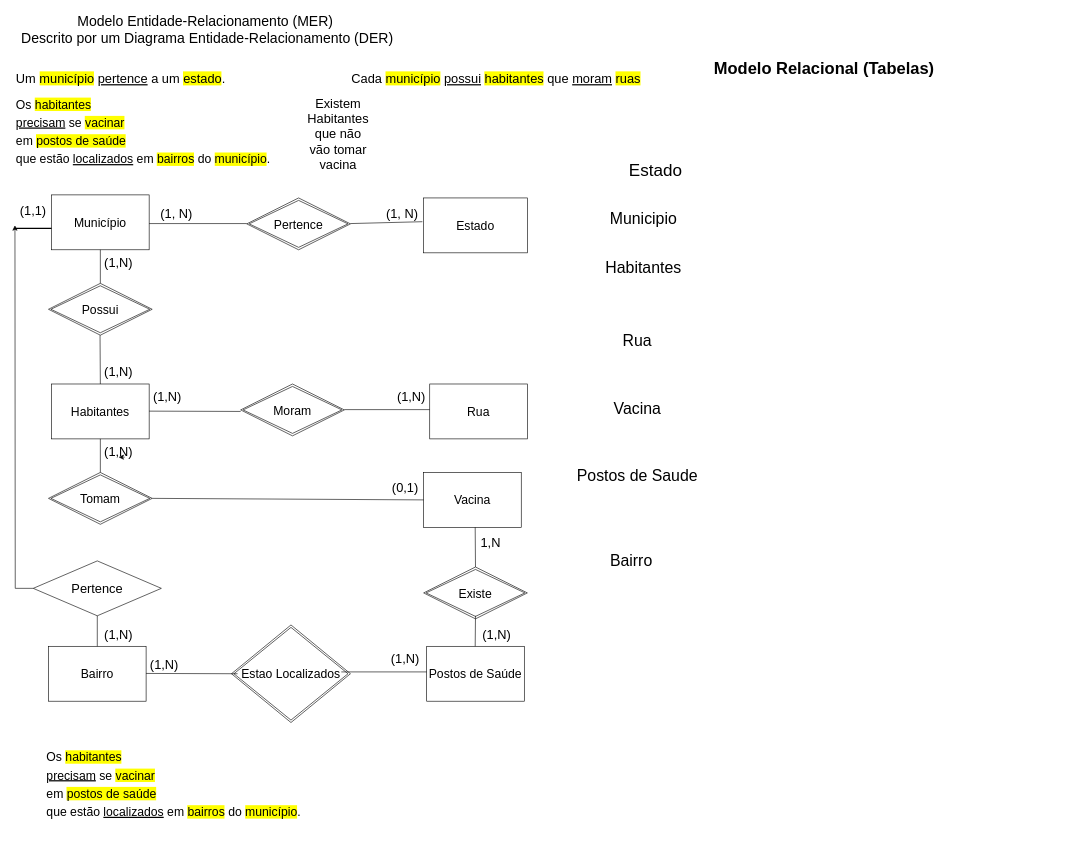
Above: page "DER-EstudoDirigido" (1 of 2) of AULA-03-Nov-2020.drawio in vladimiralencar/Alunos-UEPB-BancoDeDados (draw.io), before the change. Source tidied: cells renumbered, new cells numbered last; positions are measured from the earlier drawing's top-left corner, leaving out a move shared by most shapes. Both pictures are drawn from the tidied source at 61%, with x=0, y=0 at pixel (15, 18).
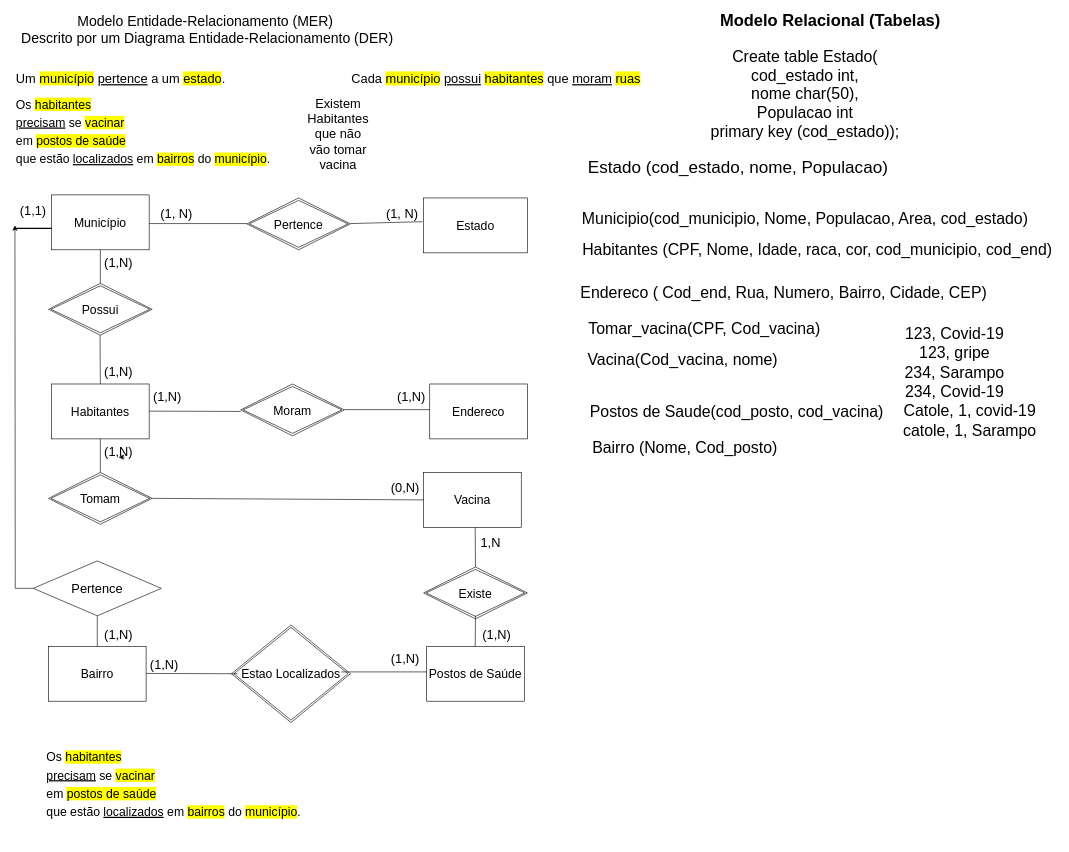
The same diagram, later.

What changed in the source:
```diff
@@
-    <mxCell id="11" value="Rua" style="whiteSpace=wrap;html=1;align=center;fontSize=20;" parent="1" vertex="1">
+    <mxCell id="11" value="Endereco" style="whiteSpace=wrap;html=1;align=center;fontSize=20;" parent="1" vertex="1">
       <mxGeometry x="680" y="600" width="160" height="90" as="geometry" />
     </mxCell>
@@
-    <mxCell id="43" value="(0,1)" style="text;html=1;strokeColor=none;fillColor=none;align=center;verticalAlign=middle;whiteSpace=wrap;rounded=0;fontSize=21;" parent="1" vertex="1">
+    <mxCell id="43" value="(0,N)" style="text;html=1;strokeColor=none;fillColor=none;align=center;verticalAlign=middle;whiteSpace=wrap;rounded=0;fontSize=21;" parent="1" vertex="1">
       <mxGeometry x="620" y="760" width="40" height="20" as="geometry" />
     </mxCell>
@@
     <mxCell id="52" value="&lt;font style=&quot;font-size: 27px&quot;&gt;&lt;b&gt;Modelo Relacional (Tabelas)&amp;nbsp;&lt;br&gt;&lt;/b&gt;&lt;br&gt;&lt;/font&gt;" style="text;html=1;align=center;verticalAlign=middle;" parent="1" vertex="1">
-      <mxGeometry x="1140" y="80" width="380" height="40" as="geometry" />
+      <mxGeometry x="1150" width="380" height="40" as="geometry" />
     </mxCell>
-    <mxCell id="53" value="&lt;font style=&quot;font-size: 28px&quot;&gt;Estado&lt;/font&gt;" style="text;html=1;align=center;verticalAlign=middle;" parent="1" vertex="1">
-      <mxGeometry x="1000" y="235" width="100" height="30" as="geometry" />
+    <mxCell id="53" value="&lt;font style=&quot;font-size: 28px&quot;&gt;Estado (cod_estado, nome, Populacao)&lt;/font&gt;" style="text;html=1;align=center;verticalAlign=middle;" parent="1" vertex="1">
+      <mxGeometry x="930" y="230" width="510" height="30" as="geometry" />
     </mxCell>
-    <mxCell id="54" value="Municipio" style="text;html=1;align=center;verticalAlign=middle;fontSize=26;" parent="1" vertex="1">
-      <mxGeometry x="965" y="310" width="130" height="40" as="geometry" />
+    <mxCell id="54" value="Municipio(cod_municipio, Nome, Populacao, Area, cod_estado)" style="text;html=1;align=center;verticalAlign=middle;fontSize=26;" parent="1" vertex="1">
+      <mxGeometry x="920" y="310" width="750" height="40" as="geometry" />
     </mxCell>
-    <mxCell id="55" value="Habitantes" style="text;html=1;align=center;verticalAlign=middle;fontSize=26;" parent="1" vertex="1">
-      <mxGeometry x="960" y="390" width="140" height="40" as="geometry" />
+    <mxCell id="55" value="Habitantes (CPF, Nome, Idade, raca, cor, cod_municipio, cod_end)" style="text;html=1;align=center;verticalAlign=middle;fontSize=26;" parent="1" vertex="1">
+      <mxGeometry x="920" y="360" width="790" height="40" as="geometry" />
     </mxCell>
-    <mxCell id="56" value="Rua" style="text;html=1;align=center;verticalAlign=middle;fontSize=26;" parent="1" vertex="1">
-      <mxGeometry x="990" y="510" width="60" height="40" as="geometry" />
+    <mxCell id="56" value="Endereco ( Cod_end, Rua, Numero, Bairro, Cidade, CEP)" style="text;html=1;align=center;verticalAlign=middle;fontSize=26;" parent="1" vertex="1">
+      <mxGeometry x="920" y="430" width="680" height="40" as="geometry" />
     </mxCell>
-    <mxCell id="57" value="Vacina" style="text;html=1;align=center;verticalAlign=middle;fontSize=26;" parent="1" vertex="1">
-      <mxGeometry x="975" y="620" width="90" height="40" as="geometry" />
+    <mxCell id="57" value="Vacina(Cod_vacina, nome)&amp;nbsp;" style="text;html=1;align=center;verticalAlign=middle;fontSize=26;" parent="1" vertex="1">
+      <mxGeometry x="933" y="540" width="330" height="40" as="geometry" />
     </mxCell>
-    <mxCell id="58" value="Postos de Saude" style="text;html=1;align=center;verticalAlign=middle;fontSize=26;" parent="1" vertex="1">
-      <mxGeometry x="915" y="730" width="210" height="40" as="geometry" />
+    <mxCell id="58" value="Postos de Saude(cod_posto, cod_vacina)" style="text;html=1;align=center;verticalAlign=middle;fontSize=26;" parent="1" vertex="1">
+      <mxGeometry x="933" y="625" width="500" height="40" as="geometry" />
     </mxCell>
-    <mxCell id="59" value="Bairro" style="text;html=1;align=center;verticalAlign=middle;fontSize=26;" parent="1" vertex="1">
-      <mxGeometry x="970" y="870" width="80" height="40" as="geometry" />
+    <mxCell id="59" value="Bairro (Nome, Cod_posto)" style="text;html=1;align=center;verticalAlign=middle;fontSize=26;" parent="1" vertex="1">
+      <mxGeometry x="938" y="685" width="320" height="40" as="geometry" />
     </mxCell>
+    <mxCell id="60" value="Tomar_vacina(CPF, Cod_vacina)" style="text;html=1;align=center;verticalAlign=middle;fontSize=26;" parent="1" vertex="1">
+      <mxGeometry x="930" y="490" width="400" height="40" as="geometry" />
+    </mxCell>
+    <mxCell id="61" value="123, Covid-19&lt;br&gt;123, gripe&lt;br&gt;234, Sarampo&lt;br&gt;234, Covid-19" style="text;html=1;align=center;verticalAlign=middle;fontSize=26;" parent="1" vertex="1">
+      <mxGeometry x="1450" y="500" width="180" height="130" as="geometry" />
+    </mxCell>
+    <mxCell id="62" value="Catole, 1, covid-19&lt;br&gt;catole, 1, Sarampo" style="text;html=1;align=center;verticalAlign=middle;fontSize=26;" parent="1" vertex="1">
+      <mxGeometry x="1450" y="625" width="230" height="70" as="geometry" />
+    </mxCell>
+    <mxCell id="63" value="Create table Estado(&lt;br&gt;cod_estado int,&lt;br&gt;nome char(50),&lt;br&gt;Populacao int&lt;br&gt;primary key (cod_estado));&lt;br&gt;" style="text;html=1;align=center;verticalAlign=middle;fontSize=26;" parent="1" vertex="1">
+      <mxGeometry x="1135" y="45" width="320" height="160" as="geometry" />
+    </mxCell>
```
